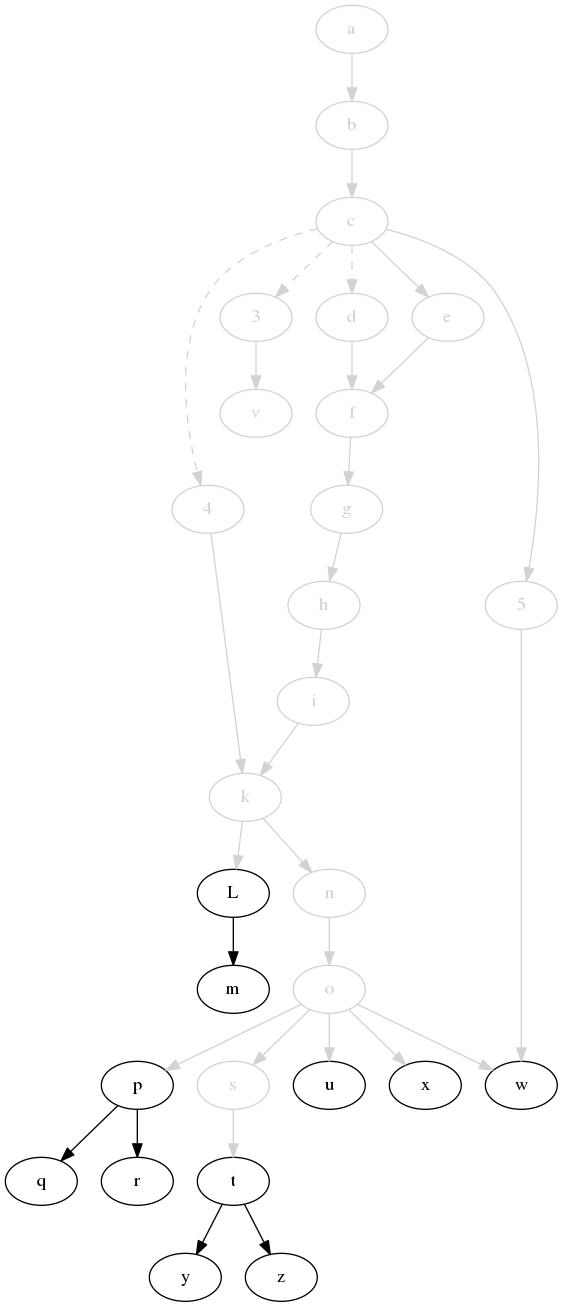
This is svm-startup-deps.png from jdmpapin/svm-startup-deps, a Graphviz export, as it was before one commit. Its source is kept beside it as svm-startup-deps.dot.
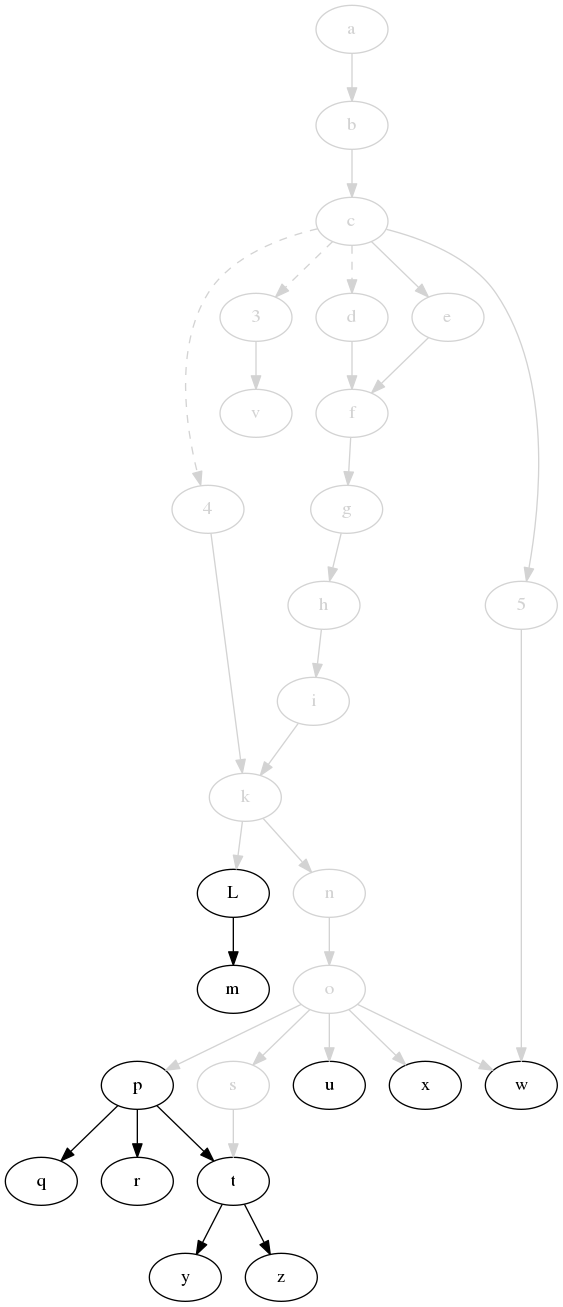
The same diagram one commit later.

What changed in the source:
```diff
@@ -53,6 +53,7 @@
     p -> r;
     o -> s [color=lightgrey];
     s -> t [color=lightgrey];
+    p -> t;
     o -> u [color=lightgrey];
     5 -> w [color=lightgrey];
     o -> w [color=lightgrey];
```
